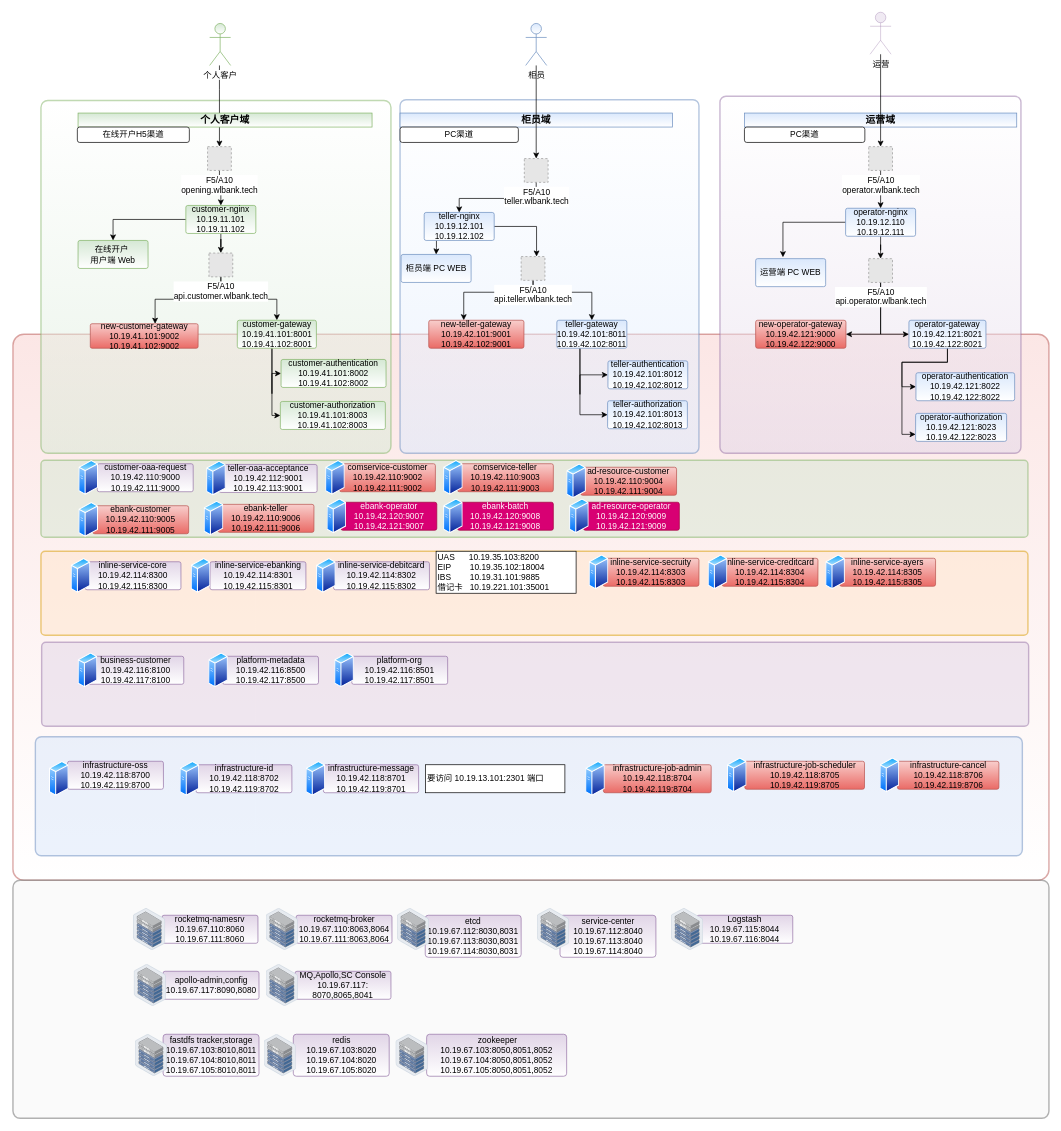
The draw.io diagram 在线开户布署.drawio in sam1982/draw, before the edit. Source tidied: cells renumbered, new cells numbered last; positions are measured from the earlier drawing's top-left corner, leaving out a move shared by most shapes. Both pictures are drawn from the tidied source at 70%, with x=0, y=0 at pixel (13, 12). Pictures stored in the file or linked from it are replaced by grey dashed boxes.
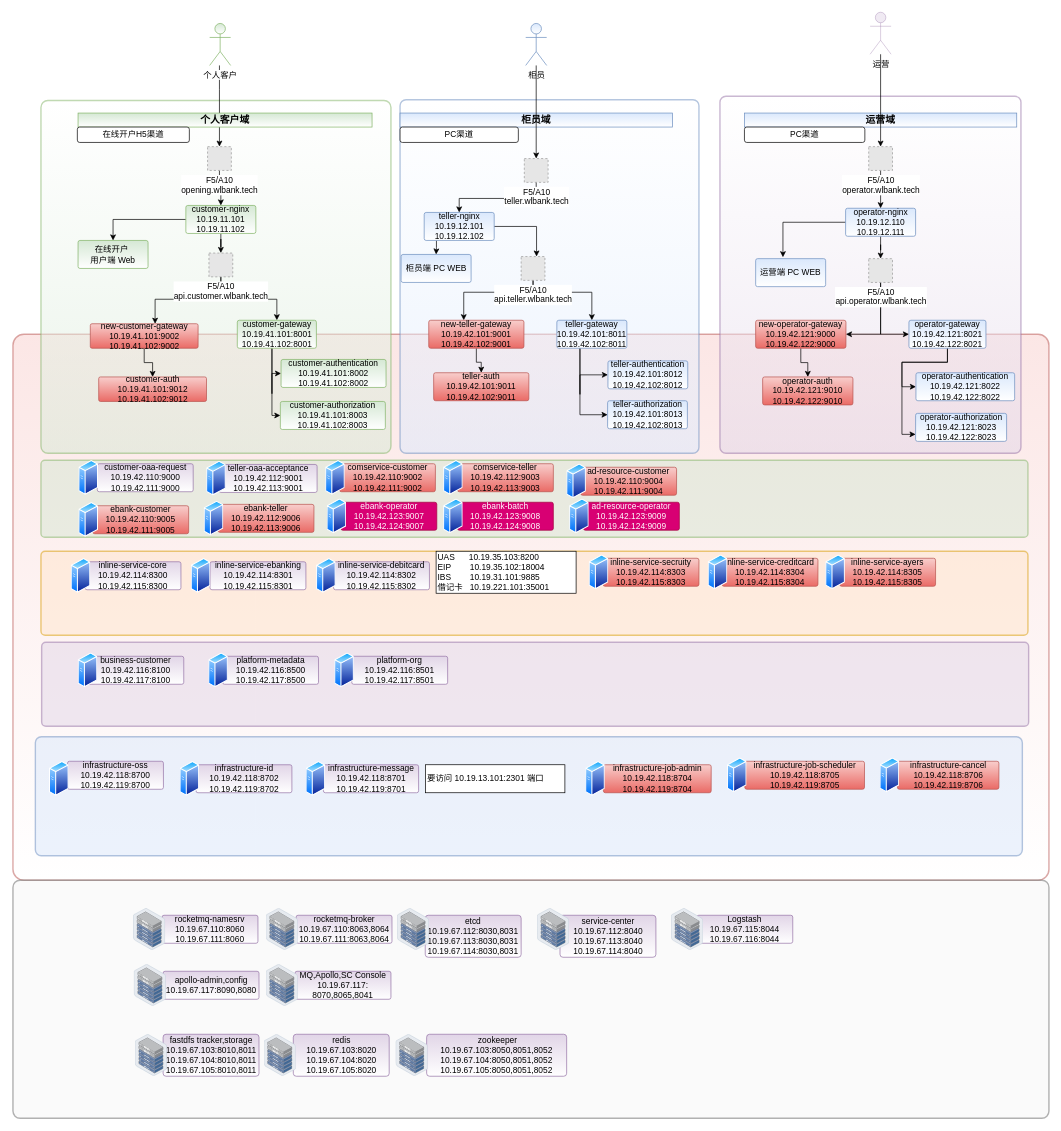
The same diagram, later.

Commit message:
更新在线开户布署.drawio

The change refers to these unchanged cells:
```xml
<mxCell id="109" value="&lt;span&gt;new-customer-gateway&lt;/span&gt;&lt;br&gt;&lt;span&gt;10.19.41.101:9002&lt;br&gt;&lt;/span&gt;&lt;span&gt;10.19.41.102:9002&lt;/span&gt;" style="rounded=1;whiteSpace=wrap;html=1;arcSize=7;fillColor=#f8cecc;strokeColor=#b85450;gradientColor=#ea6b66;" parent="1" vertex="1">
  <mxGeometry x="110.5" y="445" width="154" height="35" as="geometry" />
</mxCell>
<mxCell id="110" value="new-&lt;span&gt;operator-gateway&lt;/span&gt;&lt;br&gt;&lt;span&gt;10.19.42.121:9000&lt;br&gt;&lt;/span&gt;10.19.42.122:9000" style="rounded=1;whiteSpace=wrap;html=1;arcSize=7;fillColor=#f8cecc;strokeColor=#b85450;gradientColor=#ea6b66;" parent="1" vertex="1">
  <mxGeometry x="1061" y="440" width="129" height="40" as="geometry" />
</mxCell>
<mxCell id="111" value="&lt;span&gt;new-teller-gateway&lt;/span&gt;&lt;br&gt;&lt;span&gt;10.19.42.101:9001&lt;br&gt;&lt;/span&gt;10.19.42.102:9001" style="rounded=1;whiteSpace=wrap;html=1;arcSize=7;fillColor=#f8cecc;strokeColor=#b85450;gradientColor=#ea6b66;" parent="1" vertex="1">
  <mxGeometry x="594" y="440" width="136" height="40" as="geometry" />
</mxCell>
```

Change to the diagram source:
```diff
@@
+    <mxCell id="140" style="edgeStyle=orthogonalEdgeStyle;rounded=0;jettySize=auto;html=1;" parent="1" edge="1" source="109" target="143">
+      <mxGeometry relative="1" as="geometry" />
+    </mxCell>
@@
+    <mxCell id="141" style="edgeStyle=orthogonalEdgeStyle;rounded=0;jettySize=auto;html=1;" parent="1" edge="1" source="110" target="145">
+      <mxGeometry relative="1" as="geometry" />
+    </mxCell>
@@
+    <mxCell id="142" style="edgeStyle=orthogonalEdgeStyle;rounded=0;jettySize=auto;html=1;" parent="1" edge="1" source="111" target="144">
+      <mxGeometry relative="1" as="geometry" />
+    </mxCell>
@@
-    <mxCell id="122" value="&lt;span&gt;&lt;/span&gt;ebank-teller&lt;br&gt;&lt;span&gt;10.19.42.110&lt;/span&gt;&lt;span&gt;:9006&lt;br&gt;&lt;/span&gt;&lt;span&gt;10.19.42.111&lt;/span&gt;:9006" style="rounded=1;whiteSpace=wrap;html=1;arcSize=7;fillColor=#f8cecc;strokeColor=#b85450;gradientColor=#ea6b66;" parent="1" vertex="1">
+    <mxCell id="122" value="&lt;span&gt;&lt;/span&gt;ebank-teller&lt;br&gt;&lt;span&gt;10.19.42.112&lt;/span&gt;&lt;span&gt;:9006&lt;br&gt;&lt;/span&gt;&lt;span&gt;10.19.42.113&lt;/span&gt;:9006" style="rounded=1;whiteSpace=wrap;html=1;arcSize=7;fillColor=#f8cecc;strokeColor=#b85450;gradientColor=#ea6b66;" parent="1" vertex="1">
       <mxGeometry x="293" y="703" width="137" height="40" as="geometry" />
     </mxCell>
@@
-    <mxCell id="124" value="&lt;span&gt;&lt;/span&gt;ebank-operator&lt;br&gt;&lt;span&gt;10.19.42.120&lt;/span&gt;&lt;span&gt;:9007&lt;br&gt;&lt;/span&gt;&lt;span&gt;10.19.42.121&lt;/span&gt;:9007" style="rounded=1;whiteSpace=wrap;html=1;arcSize=7;fillColor=#d80073;strokeColor=#A50040;fontColor=#ffffff;" parent="1" vertex="1">
+    <mxCell id="124" value="&lt;span&gt;&lt;/span&gt;ebank-operator&lt;br&gt;&lt;span&gt;10.19.42.123&lt;/span&gt;&lt;span&gt;:9007&lt;br&gt;&lt;/span&gt;&lt;span&gt;10.19.42.124&lt;/span&gt;:9007" style="rounded=1;whiteSpace=wrap;html=1;arcSize=7;fillColor=#d80073;strokeColor=#A50040;fontColor=#ffffff;" parent="1" vertex="1">
       <mxGeometry x="468.5" y="700" width="137" height="40" as="geometry" />
     </mxCell>
@@
-    <mxCell id="126" value="&lt;span&gt;&lt;/span&gt;ebank-batch&lt;br&gt;&lt;span&gt;10.19.42.120&lt;/span&gt;&lt;span&gt;:9008&lt;br&gt;&lt;/span&gt;&lt;span&gt;10.19.42.121&lt;/span&gt;:9008" style="rounded=1;whiteSpace=wrap;html=1;arcSize=7;fillColor=#d80073;strokeColor=#A50040;fontColor=#ffffff;" parent="1" vertex="1">
+    <mxCell id="126" value="&lt;span&gt;&lt;/span&gt;ebank-batch&lt;br&gt;&lt;span&gt;10.19.42.123&lt;/span&gt;&lt;span&gt;:9008&lt;br&gt;&lt;/span&gt;&lt;span&gt;10.19.42.124&lt;/span&gt;:9008" style="rounded=1;whiteSpace=wrap;html=1;arcSize=7;fillColor=#d80073;strokeColor=#A50040;fontColor=#ffffff;" parent="1" vertex="1">
       <mxGeometry x="635" y="700" width="137" height="40" as="geometry" />
     </mxCell>
@@
-    <mxCell id="130" value="&lt;span&gt;&lt;/span&gt;comservice-teller&lt;br&gt;&lt;span&gt;10.19.42.110&lt;/span&gt;&lt;span&gt;:9003&lt;br&gt;&lt;/span&gt;&lt;span&gt;10.19.42.111&lt;/span&gt;:9003" style="rounded=1;whiteSpace=wrap;html=1;arcSize=7;fillColor=#f8cecc;strokeColor=#b85450;gradientColor=#ea6b66;" parent="1" vertex="1">
+    <mxCell id="130" value="&lt;span&gt;&lt;/span&gt;comservice-teller&lt;br&gt;&lt;span&gt;10.19.42.112&lt;/span&gt;&lt;span&gt;:9003&lt;br&gt;&lt;/span&gt;&lt;span&gt;10.19.42.113&lt;/span&gt;:9003" style="rounded=1;whiteSpace=wrap;html=1;arcSize=7;fillColor=#f8cecc;strokeColor=#b85450;gradientColor=#ea6b66;" parent="1" vertex="1">
       <mxGeometry x="635" y="645" width="137" height="40" as="geometry" />
     </mxCell>
@@
-    <mxCell id="134" value="&lt;span&gt;&lt;/span&gt;ad-resource-operator&lt;br&gt;&lt;span&gt;10.19.42.120&lt;/span&gt;&lt;span&gt;:9009&lt;br&gt;&lt;/span&gt;&lt;span&gt;10.19.42.121&lt;/span&gt;:9009" style="rounded=1;whiteSpace=wrap;html=1;arcSize=7;fillColor=#d80073;strokeColor=#A50040;fontColor=#ffffff;" parent="1" vertex="1">
+    <mxCell id="134" value="&lt;span&gt;&lt;/span&gt;ad-resource-operator&lt;br&gt;&lt;span&gt;10.19.42.123&lt;/span&gt;&lt;span&gt;:9009&lt;br&gt;&lt;/span&gt;&lt;span&gt;10.19.42.124&lt;/span&gt;:9009" style="rounded=1;whiteSpace=wrap;html=1;arcSize=7;fillColor=#d80073;strokeColor=#A50040;fontColor=#ffffff;" parent="1" vertex="1">
       <mxGeometry x="815" y="700" width="137" height="40" as="geometry" />
     </mxCell>
@@
+    <mxCell id="143" value="&lt;span&gt;customer-auth&lt;/span&gt;&lt;br&gt;&lt;span&gt;10.19.41.101:9012&lt;br&gt;&lt;/span&gt;&lt;span&gt;10.19.41.102:9012&lt;/span&gt;" style="rounded=1;whiteSpace=wrap;html=1;arcSize=7;fillColor=#f8cecc;strokeColor=#b85450;gradientColor=#ea6b66;" parent="1" vertex="1">
+      <mxGeometry x="122.5" y="521" width="154" height="35" as="geometry" />
+    </mxCell>
+    <mxCell id="144" value="&lt;div&gt;&lt;span&gt;teller-auth&lt;/span&gt;&lt;/div&gt;&lt;div&gt;&lt;span&gt;&lt;/span&gt;&lt;span&gt;10.19.42.101:9011&lt;/span&gt;&lt;/div&gt;&lt;div&gt;&lt;span&gt;&lt;/span&gt;&lt;/div&gt;10.19.42.102:9011" style="rounded=1;whiteSpace=wrap;html=1;arcSize=7;fillColor=#f8cecc;strokeColor=#b85450;gradientColor=#ea6b66;" parent="1" vertex="1">
+      <mxGeometry x="601" y="515" width="136" height="40" as="geometry" />
+    </mxCell>
+    <mxCell id="145" value="&lt;span&gt;operator-auth&lt;/span&gt;&lt;br&gt;&lt;span&gt;10.19.42.121:9010&lt;br&gt;&lt;/span&gt;10.19.42.122:9010" style="rounded=1;whiteSpace=wrap;html=1;arcSize=7;fillColor=#f8cecc;strokeColor=#b85450;gradientColor=#ea6b66;" parent="1" vertex="1">
+      <mxGeometry x="1071" y="521" width="129" height="40" as="geometry" />
+    </mxCell>
```
